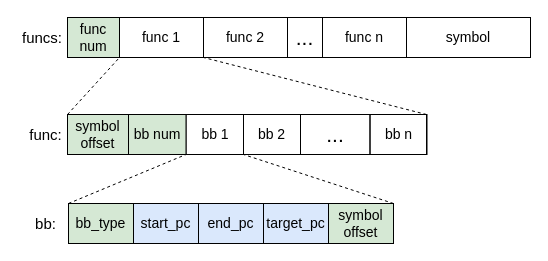
The draw.io diagram cfg 二进制布局设计.drawio in liyp1120/draw.io, before the edit. Source tidied: cells renumbered, new cells numbered last; positions are measured from the earlier drawing's top-left corner, leaving out a move shared by most shapes. Both pictures are drawn from the tidied source at 100%, with x=0, y=0 at pixel (17, 17).
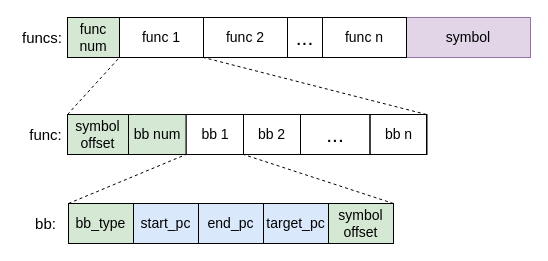
Above is the later version.

Commit message:
更新cfg 二进制布局设计.drawio

Change to the diagram source:
```diff
@@
-    <mxCell id="21" value="&lt;font style=&quot;font-size: 14px;&quot;&gt;symbol&lt;/font&gt;" style="rounded=0;whiteSpace=wrap;html=1;fillColor=none;" parent="1" vertex="1">
+    <mxCell id="21" value="&lt;font style=&quot;font-size: 14px;&quot;&gt;symbol&lt;/font&gt;" style="rounded=0;whiteSpace=wrap;html=1;fillColor=#e1d5e7;strokeColor=#9673a6;" parent="1" vertex="1">
       <mxGeometry x="389" width="124" height="40" as="geometry" />
     </mxCell>
```
